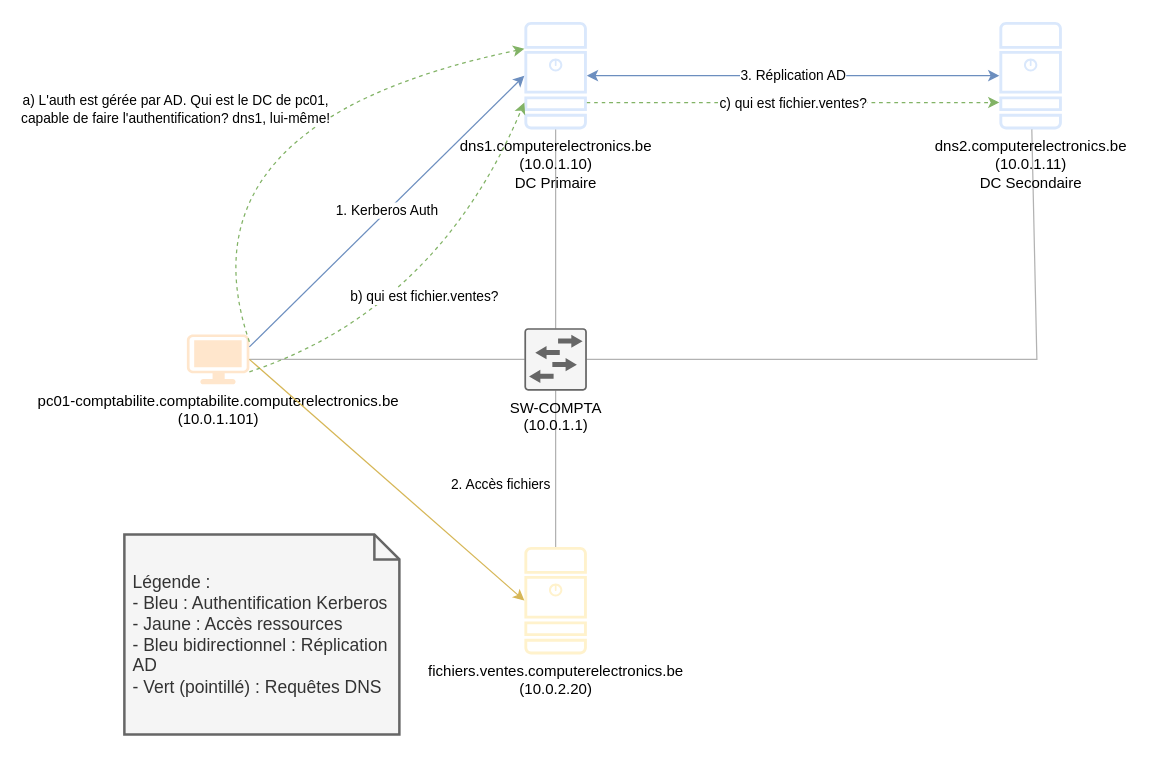
Earlier version of the draw.io diagram diagrams/ad_auth_flow.drawio (choquitofrito/ActiveDirectory). Source tidied: cells renumbered, new cells numbered last; positions are measured from the earlier drawing's top-left corner, leaving out a move shared by most shapes. Both pictures are drawn from the tidied source at 125%, with x=0, y=0 at pixel (124, 21).
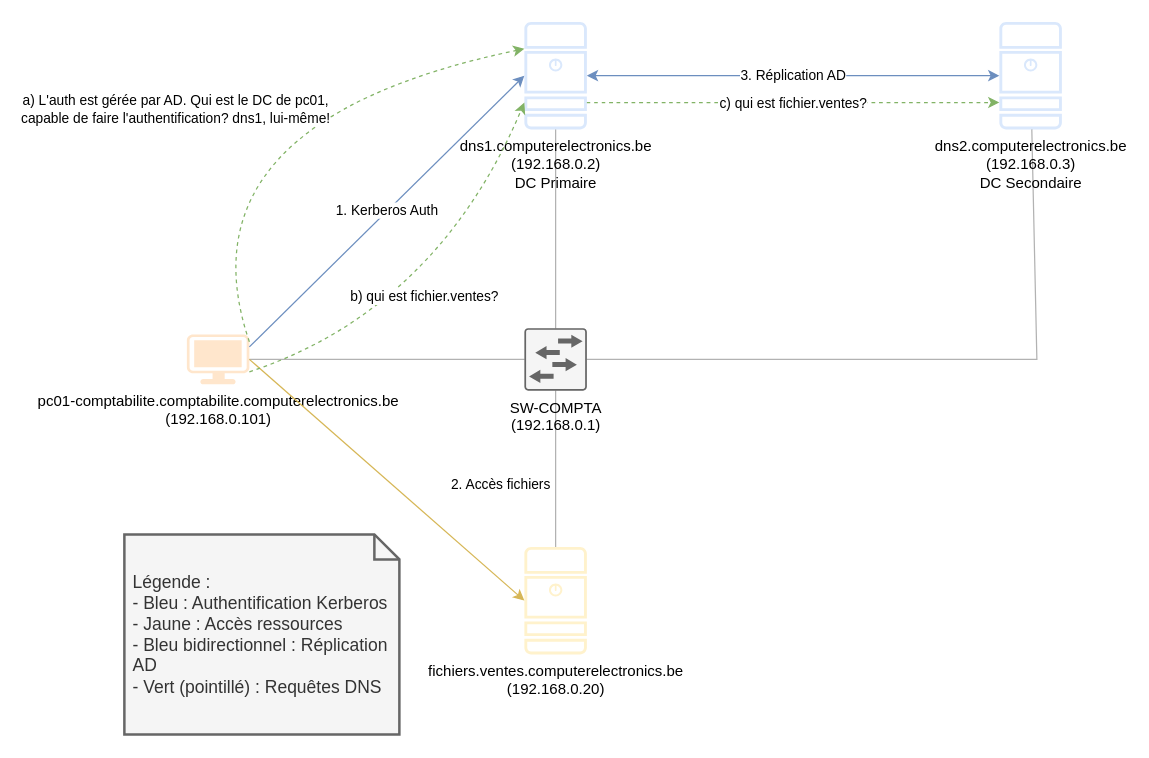
The same page after the edit.

What changed in the source:
```diff
@@
-    <mxCell id="2" value="pc01-comptabilite.comptabilite.computerelectronics.be&#10;(10.0.1.101)" style="points=[[0.03,0.36,0],[0.18,0,0],[0.5,0.34,0],[0.82,0,0],[0.97,0.36,0],[1,0.67,0],[0.975,0.975,0],[0.5,1,0],[0.025,0.975,0],[0,0.67,0]];verticalLabelPosition=bottom;sketch=0;html=1;verticalAlign=top;align=center;shape=mxgraph.cisco19.workstation;fillColor=#ffe6cc;strokeColor=#d79b00;" parent="1" vertex="1">
+    <mxCell id="2" value="pc01-comptabilite.comptabilite.computerelectronics.be&#10;(192.168.0.101)" style="points=[[0.03,0.36,0],[0.18,0,0],[0.5,0.34,0],[0.82,0,0],[0.97,0.36,0],[1,0.67,0],[0.975,0.975,0],[0.5,1,0],[0.025,0.975,0],[0,0.67,0]];verticalLabelPosition=bottom;sketch=0;html=1;verticalAlign=top;align=center;shape=mxgraph.cisco19.workstation;fillColor=#ffe6cc;strokeColor=#d79b00;" parent="1" vertex="1">
       <mxGeometry x="50" y="250" width="50" height="40" as="geometry" />
     </mxCell>
-    <mxCell id="3" value="SW-COMPTA&#10;(10.0.1.1)" style="points=[[0.015,0.015,0],[0.985,0.015,0],[0.985,0.985,0],[0.015,0.985,0]];verticalLabelPosition=bottom;sketch=0;html=1;verticalAlign=top;align=center;shape=mxgraph.cisco19.rect;prIcon=l2_switch;fillColor=#f5f5f5;strokeColor=#666666;" parent="1" vertex="1">
+    <mxCell id="3" value="SW-COMPTA&#10;(192.168.0.1)" style="points=[[0.015,0.015,0],[0.985,0.015,0],[0.985,0.985,0],[0.015,0.985,0]];verticalLabelPosition=bottom;sketch=0;html=1;verticalAlign=top;align=center;shape=mxgraph.cisco19.rect;prIcon=l2_switch;fillColor=#f5f5f5;strokeColor=#666666;" parent="1" vertex="1">
       <mxGeometry x="320" y="245" width="50" height="50" as="geometry" />
     </mxCell>
-    <mxCell id="4" value="dns1.computerelectronics.be&#10;(10.0.1.10)&#10;DC Primaire" style="points=[[0.015,0.015,0],[0.985,0.015,0],[0.985,0.985,0],[0.015,0.985,0]];verticalLabelPosition=bottom;sketch=0;html=1;verticalAlign=top;align=center;shape=mxgraph.cisco19.server;fillColor=#dae8fc;strokeColor=#6c8ebf;" parent="1" vertex="1">
+    <mxCell id="4" value="dns1.computerelectronics.be&#10;(192.168.0.2)&#10;DC Primaire" style="points=[[0.015,0.015,0],[0.985,0.015,0],[0.985,0.985,0],[0.015,0.985,0]];verticalLabelPosition=bottom;sketch=0;html=1;verticalAlign=top;align=center;shape=mxgraph.cisco19.server;fillColor=#dae8fc;strokeColor=#6c8ebf;" parent="1" vertex="1">
       <mxGeometry x="320" width="50" height="86" as="geometry" />
     </mxCell>
-    <mxCell id="5" value="dns2.computerelectronics.be&#10;(10.0.1.11)&#10;DC Secondaire" style="points=[[0.015,0.015,0],[0.985,0.015,0],[0.985,0.985,0],[0.015,0.985,0]];verticalLabelPosition=bottom;sketch=0;html=1;verticalAlign=top;align=center;shape=mxgraph.cisco19.server;fillColor=#dae8fc;strokeColor=#6c8ebf;" parent="1" vertex="1">
+    <mxCell id="5" value="dns2.computerelectronics.be&#10;(192.168.0.3)&#10;DC Secondaire" style="points=[[0.015,0.015,0],[0.985,0.015,0],[0.985,0.985,0],[0.015,0.985,0]];verticalLabelPosition=bottom;sketch=0;html=1;verticalAlign=top;align=center;shape=mxgraph.cisco19.server;fillColor=#dae8fc;strokeColor=#6c8ebf;" parent="1" vertex="1">
       <mxGeometry x="700" width="50" height="86" as="geometry" />
     </mxCell>
-    <mxCell id="6" value="fichiers.ventes.computerelectronics.be&#10;(10.0.2.20)" style="points=[[0.015,0.015,0],[0.985,0.015,0],[0.985,0.985,0],[0.015,0.985,0]];verticalLabelPosition=bottom;sketch=0;html=1;verticalAlign=top;align=center;shape=mxgraph.cisco19.server;fillColor=#fff2cc;strokeColor=#d6b656;" parent="1" vertex="1">
+    <mxCell id="6" value="fichiers.ventes.computerelectronics.be&#10;(192.168.0.20)" style="points=[[0.015,0.015,0],[0.985,0.015,0],[0.985,0.985,0],[0.015,0.985,0]];verticalLabelPosition=bottom;sketch=0;html=1;verticalAlign=top;align=center;shape=mxgraph.cisco19.server;fillColor=#fff2cc;strokeColor=#d6b656;" parent="1" vertex="1">
       <mxGeometry x="320" y="420" width="50" height="86" as="geometry" />
     </mxCell>
```
